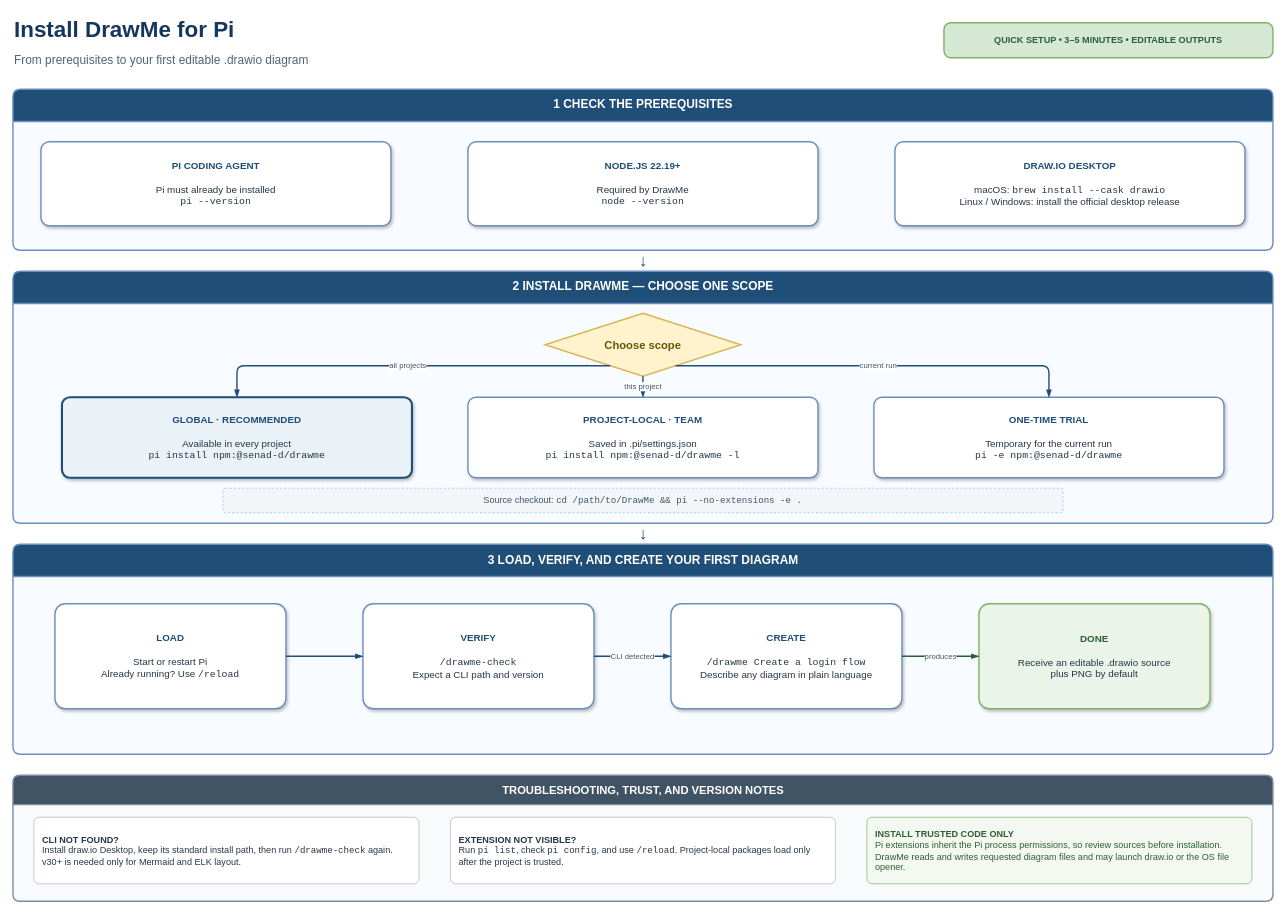
Above: example/drawme-installation-guide.drawio in senad-d/DrawMe (draw.io), before the change. Source tidied: cells renumbered, new cells numbered last; positions are measured from the earlier drawing's top-left corner, leaving out a move shared by most shapes. Both pictures are drawn from the tidied source at 70%, with x=0, y=0 at pixel (13, 12).
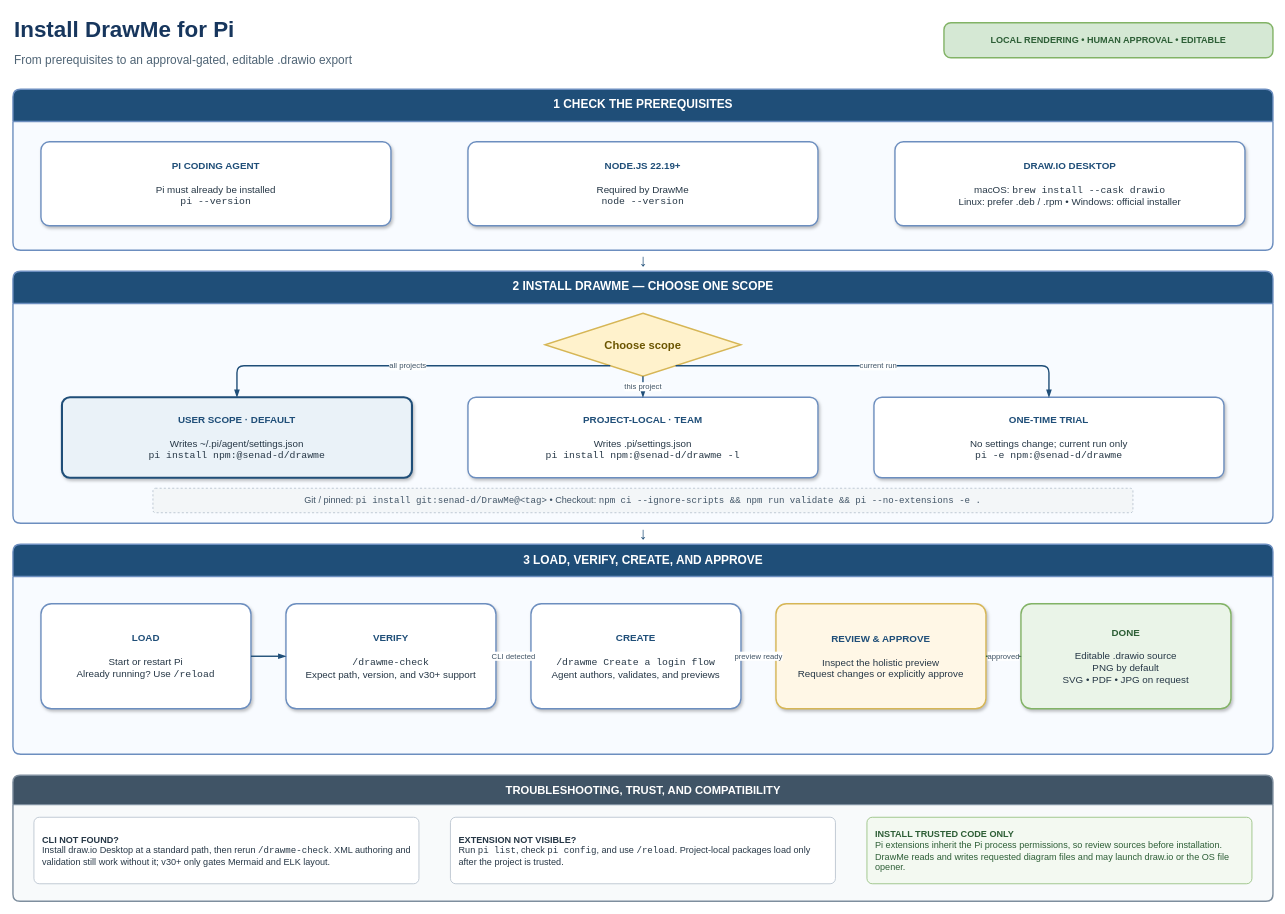
After the change.

The change refers to these unchanged cells:
```xml
<mxCell id="5" value="1  CHECK THE PREREQUISITES" style="swimlane;horizontal=1;startSize=46;rounded=1;arcSize=8;html=1;fontSize=17;fontStyle=1;fontColor=#FFFFFF;fillColor=#1F4E78;swimlaneFillColor=#F8FBFF;strokeColor=#6C8EBF;strokeWidth=2;" parent="1" vertex="1">
  <mxGeometry y="110" width="1800" height="230" as="geometry" />
</mxCell>
<mxCell id="10" value="2  INSTALL DRAWME — CHOOSE ONE SCOPE" style="swimlane;horizontal=1;startSize=46;rounded=1;arcSize=8;html=1;fontSize=17;fontStyle=1;fontColor=#FFFFFF;fillColor=#1F4E78;swimlaneFillColor=#F8FBFF;strokeColor=#6C8EBF;strokeWidth=2;" parent="1" vertex="1">
  <mxGeometry y="370" width="1800" height="360" as="geometry" />
</mxCell>
```

Change to the diagram source:
```diff
@@
-    <mxCell id="3" value="From prerequisites to your first editable .drawio diagram" style="text;html=1;align=left;verticalAlign=middle;fontSize=17;fontColor=#4F6475;" parent="1" vertex="1">
+    <mxCell id="3" value="From prerequisites to an approval-gated, editable .drawio export" style="text;html=1;align=left;verticalAlign=middle;fontSize=17;fontColor=#4F6475;" parent="1" vertex="1">
       <mxGeometry y="50" width="1100" height="40" as="geometry" />
     </mxCell>
-    <mxCell id="4" value="QUICK SETUP  •  3–5 MINUTES  •  EDITABLE OUTPUTS" style="rounded=1;arcSize=20;whiteSpace=wrap;html=1;align=center;verticalAlign=middle;fontSize=13;fontStyle=1;fontColor=#2D5E36;fillColor=#D5E8D4;strokeColor=#82B366;strokeWidth=2;" parent="1" vertex="1">
+    <mxCell id="4" value="LOCAL RENDERING  •  HUMAN APPROVAL  •  EDITABLE" style="rounded=1;arcSize=20;whiteSpace=wrap;html=1;align=center;verticalAlign=middle;fontSize=13;fontStyle=1;fontColor=#2D5E36;fillColor=#D5E8D4;strokeColor=#82B366;strokeWidth=2;" parent="1" vertex="1">
       <mxGeometry x="1330" y="15" width="470" height="50" as="geometry" />
     </mxCell>
@@
-    <mxCell id="8" value="&lt;b&gt;&lt;font color=&quot;#1F4E78&quot;&gt;DRAW.IO DESKTOP&lt;/font&gt;&lt;/b&gt;&lt;br&gt;&lt;br&gt;macOS: &lt;font face=&quot;Courier New&quot;&gt;brew install --cask drawio&lt;/font&gt;&lt;br&gt;Linux / Windows: install the official desktop release" style="rounded=1;arcSize=10;whiteSpace=wrap;html=1;align=center;verticalAlign=middle;spacing=12;fontSize=14;fontColor=#263746;fillColor=#FFFFFF;strokeColor=#6C8EBF;strokeWidth=2;shadow=1;" parent="5" vertex="1">
+    <mxCell id="8" value="&lt;b&gt;&lt;font color=&quot;#1F4E78&quot;&gt;DRAW.IO DESKTOP&lt;/font&gt;&lt;/b&gt;&lt;br&gt;&lt;br&gt;macOS: &lt;font face=&quot;Courier New&quot;&gt;brew install --cask drawio&lt;/font&gt;&lt;br&gt;Linux: prefer .deb / .rpm  •  Windows: official installer" style="rounded=1;arcSize=10;whiteSpace=wrap;html=1;align=center;verticalAlign=middle;spacing=12;fontSize=14;fontColor=#263746;fillColor=#FFFFFF;strokeColor=#6C8EBF;strokeWidth=2;shadow=1;" parent="5" vertex="1">
       <mxGeometry x="1260" y="75" width="500" height="120" as="geometry" />
     </mxCell>
@@
-    <mxCell id="12" value="&lt;b&gt;&lt;font color=&quot;#1F4E78&quot;&gt;GLOBAL · RECOMMENDED&lt;/font&gt;&lt;/b&gt;&lt;br&gt;&lt;br&gt;Available in every project&lt;br&gt;&lt;font face=&quot;Courier New&quot;&gt;pi install npm:@senad-d/drawme&lt;/font&gt;" style="rounded=1;arcSize=10;whiteSpace=wrap;html=1;align=center;verticalAlign=middle;spacing=12;fontSize=14;fontColor=#263746;fillColor=#EAF2F8;strokeColor=#1F4E78;strokeWidth=3;shadow=1;" parent="10" vertex="1">
+    <mxCell id="12" value="&lt;b&gt;&lt;font color=&quot;#1F4E78&quot;&gt;USER SCOPE · DEFAULT&lt;/font&gt;&lt;/b&gt;&lt;br&gt;&lt;br&gt;Writes ~/.pi/agent/settings.json&lt;br&gt;&lt;font face=&quot;Courier New&quot;&gt;pi install npm:@senad-d/drawme&lt;/font&gt;" style="rounded=1;arcSize=10;whiteSpace=wrap;html=1;align=center;verticalAlign=middle;spacing=12;fontSize=14;fontColor=#263746;fillColor=#EAF2F8;strokeColor=#1F4E78;strokeWidth=3;shadow=1;" parent="10" vertex="1">
       <mxGeometry x="70" y="180" width="500" height="115" as="geometry" />
     </mxCell>
-    <mxCell id="13" value="&lt;b&gt;&lt;font color=&quot;#1F4E78&quot;&gt;PROJECT-LOCAL · TEAM&lt;/font&gt;&lt;/b&gt;&lt;br&gt;&lt;br&gt;Saved in .pi/settings.json&lt;br&gt;&lt;font face=&quot;Courier New&quot;&gt;pi install npm:@senad-d/drawme -l&lt;/font&gt;" style="rounded=1;arcSize=10;whiteSpace=wrap;html=1;align=center;verticalAlign=middle;spacing=12;fontSize=14;fontColor=#263746;fillColor=#FFFFFF;strokeColor=#6C8EBF;strokeWidth=2;shadow=1;" parent="10" vertex="1">
+    <mxCell id="13" value="&lt;b&gt;&lt;font color=&quot;#1F4E78&quot;&gt;PROJECT-LOCAL · TEAM&lt;/font&gt;&lt;/b&gt;&lt;br&gt;&lt;br&gt;Writes .pi/settings.json&lt;br&gt;&lt;font face=&quot;Courier New&quot;&gt;pi install npm:@senad-d/drawme -l&lt;/font&gt;" style="rounded=1;arcSize=10;whiteSpace=wrap;html=1;align=center;verticalAlign=middle;spacing=12;fontSize=14;fontColor=#263746;fillColor=#FFFFFF;strokeColor=#6C8EBF;strokeWidth=2;shadow=1;" parent="10" vertex="1">
       <mxGeometry x="650" y="180" width="500" height="115" as="geometry" />
     </mxCell>
-    <mxCell id="14" value="&lt;b&gt;&lt;font color=&quot;#1F4E78&quot;&gt;ONE-TIME TRIAL&lt;/font&gt;&lt;/b&gt;&lt;br&gt;&lt;br&gt;Temporary for the current run&lt;br&gt;&lt;font face=&quot;Courier New&quot;&gt;pi -e npm:@senad-d/drawme&lt;/font&gt;" style="rounded=1;arcSize=10;whiteSpace=wrap;html=1;align=center;verticalAlign=middle;spacing=12;fontSize=14;fontColor=#263746;fillColor=#FFFFFF;strokeColor=#6C8EBF;strokeWidth=2;shadow=1;" parent="10" vertex="1">
+    <mxCell id="14" value="&lt;b&gt;&lt;font color=&quot;#1F4E78&quot;&gt;ONE-TIME TRIAL&lt;/font&gt;&lt;/b&gt;&lt;br&gt;&lt;br&gt;No settings change; current run only&lt;br&gt;&lt;font face=&quot;Courier New&quot;&gt;pi -e npm:@senad-d/drawme&lt;/font&gt;" style="rounded=1;arcSize=10;whiteSpace=wrap;html=1;align=center;verticalAlign=middle;spacing=12;fontSize=14;fontColor=#263746;fillColor=#FFFFFF;strokeColor=#6C8EBF;strokeWidth=2;shadow=1;" parent="10" vertex="1">
       <mxGeometry x="1230" y="180" width="500" height="115" as="geometry" />
     </mxCell>
-    <mxCell id="15" value="Source checkout:  &lt;font face=&quot;Courier New&quot;&gt;cd /path/to/DrawMe &amp;&amp; pi --no-extensions -e .&lt;/font&gt;" style="rounded=1;arcSize=10;whiteSpace=wrap;html=1;align=center;verticalAlign=middle;fontSize=13;fontColor=#405466;fillColor=#F3F6F8;strokeColor=#AAB7C4;dashed=1;" parent="10" vertex="1">
-      <mxGeometry x="300" y="310" width="1200" height="35" as="geometry" />
+    <mxCell id="15" value="Git / pinned: &lt;font face=&quot;Courier New&quot;&gt;pi install git:senad-d/DrawMe@&amp;lt;tag&amp;gt;&lt;/font&gt;  •  Checkout: &lt;font face=&quot;Courier New&quot;&gt;npm ci --ignore-scripts &amp;&amp; npm run validate &amp;&amp; pi --no-extensions -e .&lt;/font&gt;" style="rounded=1;arcSize=10;whiteSpace=wrap;html=1;align=center;verticalAlign=middle;fontSize=13;fontColor=#405466;fillColor=#F3F6F8;strokeColor=#AAB7C4;dashed=1;" parent="10" vertex="1">
+      <mxGeometry x="200" y="310" width="1400" height="35" as="geometry" />
     </mxCell>
@@
-    <mxCell id="17" value="3  LOAD, VERIFY, AND CREATE YOUR FIRST DIAGRAM" style="swimlane;horizontal=1;startSize=46;rounded=1;arcSize=8;html=1;fontSize=17;fontStyle=1;fontColor=#FFFFFF;fillColor=#1F4E78;swimlaneFillColor=#F8FBFF;strokeColor=#6C8EBF;strokeWidth=2;" parent="1" vertex="1">
+    <mxCell id="17" value="3  LOAD, VERIFY, CREATE, AND APPROVE" style="swimlane;horizontal=1;startSize=46;rounded=1;arcSize=8;html=1;fontSize=17;fontStyle=1;fontColor=#FFFFFF;fillColor=#1F4E78;swimlaneFillColor=#F8FBFF;strokeColor=#6C8EBF;strokeWidth=2;" parent="1" vertex="1">
       <mxGeometry y="760" width="1800" height="300" as="geometry" />
     </mxCell>
-    <mxCell id="18" value="&lt;b&gt;&lt;font color=&quot;#1F4E78&quot;&gt;LOAD&lt;/font&gt;&lt;/b&gt;&lt;br&gt;&lt;br&gt;Start or restart Pi&lt;br&gt;Already running? Use &lt;font face=&quot;Courier New&quot;&gt;/reload&lt;/font&gt;" style="rounded=1;arcSize=10;whiteSpace=wrap;html=1;align=center;verticalAlign=middle;spacing=12;fontSize=14;fontColor=#263746;fillColor=#FFFFFF;strokeColor=#6C8EBF;strokeWidth=2;shadow=1;" parent="17" vertex="1">
-      <mxGeometry x="60" y="85" width="330" height="150" as="geometry" />
+    <mxCell id="18" value="&lt;b&gt;&lt;font color=&quot;#1F4E78&quot;&gt;LOAD&lt;/font&gt;&lt;/b&gt;&lt;br&gt;&lt;br&gt;Start or restart Pi&lt;br&gt;Already running? Use &lt;font face=&quot;Courier New&quot;&gt;/reload&lt;/font&gt;" style="rounded=1;arcSize=10;whiteSpace=wrap;html=1;align=center;verticalAlign=middle;spacing=10;fontSize=14;fontColor=#263746;fillColor=#FFFFFF;strokeColor=#6C8EBF;strokeWidth=2;shadow=1;" parent="17" vertex="1">
+      <mxGeometry x="40" y="85" width="300" height="150" as="geometry" />
     </mxCell>
-    <mxCell id="19" value="&lt;b&gt;&lt;font color=&quot;#1F4E78&quot;&gt;VERIFY&lt;/font&gt;&lt;/b&gt;&lt;br&gt;&lt;br&gt;&lt;font face=&quot;Courier New&quot;&gt;/drawme-check&lt;/font&gt;&lt;br&gt;Expect a CLI path and version" style="rounded=1;arcSize=10;whiteSpace=wrap;html=1;align=center;verticalAlign=middle;spacing=12;fontSize=14;fontColor=#263746;fillColor=#FFFFFF;strokeColor=#6C8EBF;strokeWidth=2;shadow=1;" parent="17" vertex="1">
-      <mxGeometry x="500" y="85" width="330" height="150" as="geometry" />
+    <mxCell id="19" value="&lt;b&gt;&lt;font color=&quot;#1F4E78&quot;&gt;VERIFY&lt;/font&gt;&lt;/b&gt;&lt;br&gt;&lt;br&gt;&lt;font face=&quot;Courier New&quot;&gt;/drawme-check&lt;/font&gt;&lt;br&gt;Expect path, version, and v30+ support" style="rounded=1;arcSize=10;whiteSpace=wrap;html=1;align=center;verticalAlign=middle;spacing=10;fontSize=14;fontColor=#263746;fillColor=#FFFFFF;strokeColor=#6C8EBF;strokeWidth=2;shadow=1;" parent="17" vertex="1">
+      <mxGeometry x="390" y="85" width="300" height="150" as="geometry" />
     </mxCell>
-    <mxCell id="20" value="&lt;b&gt;&lt;font color=&quot;#1F4E78&quot;&gt;CREATE&lt;/font&gt;&lt;/b&gt;&lt;br&gt;&lt;br&gt;&lt;font face=&quot;Courier New&quot;&gt;/drawme Create a login flow&lt;/font&gt;&lt;br&gt;Describe any diagram in plain language" style="rounded=1;arcSize=10;whiteSpace=wrap;html=1;align=center;verticalAlign=middle;spacing=12;fontSize=14;fontColor=#263746;fillColor=#FFFFFF;strokeColor=#6C8EBF;strokeWidth=2;shadow=1;" parent="17" vertex="1">
-      <mxGeometry x="940" y="85" width="330" height="150" as="geometry" />
+    <mxCell id="20" value="&lt;b&gt;&lt;font color=&quot;#1F4E78&quot;&gt;CREATE&lt;/font&gt;&lt;/b&gt;&lt;br&gt;&lt;br&gt;&lt;font face=&quot;Courier New&quot;&gt;/drawme Create a login flow&lt;/font&gt;&lt;br&gt;Agent authors, validates, and previews" style="rounded=1;arcSize=10;whiteSpace=wrap;html=1;align=center;verticalAlign=middle;spacing=10;fontSize=14;fontColor=#263746;fillColor=#FFFFFF;strokeColor=#6C8EBF;strokeWidth=2;shadow=1;" parent="17" vertex="1">
+      <mxGeometry x="740" y="85" width="300" height="150" as="geometry" />
     </mxCell>
-    <mxCell id="21" value="&lt;b&gt;&lt;font color=&quot;#2D5E36&quot;&gt;DONE&lt;/font&gt;&lt;/b&gt;&lt;br&gt;&lt;br&gt;Receive an editable .drawio source&lt;br&gt;plus PNG by default" style="rounded=1;arcSize=10;whiteSpace=wrap;html=1;align=center;verticalAlign=middle;spacing=12;fontSize=14;fontColor=#263746;fillColor=#EAF4E8;strokeColor=#82B366;strokeWidth=2;shadow=1;" parent="17" vertex="1">
-      <mxGeometry x="1380" y="85" width="330" height="150" as="geometry" />
+    <mxCell id="21" value="&lt;b&gt;&lt;font color=&quot;#1F4E78&quot;&gt;REVIEW &amp;amp; APPROVE&lt;/font&gt;&lt;/b&gt;&lt;br&gt;&lt;br&gt;Inspect the holistic preview&lt;br&gt;Request changes or explicitly approve" style="rounded=1;arcSize=10;whiteSpace=wrap;html=1;align=center;verticalAlign=middle;spacing=10;fontSize=14;fontColor=#263746;fillColor=#FFF7E6;strokeColor=#D6B656;strokeWidth=2;shadow=1;" parent="17" vertex="1">
+      <mxGeometry x="1090" y="85" width="300" height="150" as="geometry" />
     </mxCell>
+    <mxCell id="32" value="&lt;b&gt;&lt;font color=&quot;#2D5E36&quot;&gt;DONE&lt;/font&gt;&lt;/b&gt;&lt;br&gt;&lt;br&gt;Editable .drawio source&lt;br&gt;PNG by default&lt;br&gt;SVG • PDF • JPG on request" style="rounded=1;arcSize=10;whiteSpace=wrap;html=1;align=center;verticalAlign=middle;spacing=10;fontSize=14;fontColor=#263746;fillColor=#EAF4E8;strokeColor=#82B366;strokeWidth=2;shadow=1;" parent="17" vertex="1">
+      <mxGeometry x="1440" y="85" width="300" height="150" as="geometry" />
+    </mxCell>
-    <mxCell id="22" value="TROUBLESHOOTING, TRUST, AND VERSION NOTES" style="swimlane;horizontal=1;startSize=42;rounded=1;arcSize=8;html=1;fontSize=16;fontStyle=1;fontColor=#FFFFFF;fillColor=#405466;swimlaneFillColor=#F8FAFB;strokeColor=#7E8E9E;strokeWidth=2;" parent="1" vertex="1">
+    <mxCell id="22" value="TROUBLESHOOTING, TRUST, AND COMPATIBILITY" style="swimlane;horizontal=1;startSize=42;rounded=1;arcSize=8;html=1;fontSize=16;fontStyle=1;fontColor=#FFFFFF;fillColor=#405466;swimlaneFillColor=#F8FAFB;strokeColor=#7E8E9E;strokeWidth=2;" parent="1" vertex="1">
       <mxGeometry y="1090" width="1800" height="180" as="geometry" />
     </mxCell>
-    <mxCell id="23" value="&lt;b&gt;CLI NOT FOUND?&lt;/b&gt;&lt;br&gt;Install draw.io Desktop, keep its standard install path, then run &lt;font face=&quot;Courier New&quot;&gt;/drawme-check&lt;/font&gt; again. v30+ is needed only for Mermaid and ELK layout." style="rounded=1;arcSize=8;whiteSpace=wrap;html=1;align=left;verticalAlign=middle;spacing=12;fontSize=13;fontColor=#263746;fillColor=#FFFFFF;strokeColor=#AAB7C4;" parent="22" vertex="1">
+    <mxCell id="23" value="&lt;b&gt;CLI NOT FOUND?&lt;/b&gt;&lt;br&gt;Install draw.io Desktop at a standard path, then rerun &lt;font face=&quot;Courier New&quot;&gt;/drawme-check&lt;/font&gt;. XML authoring and validation still work without it; v30+ only gates Mermaid and ELK layout." style="rounded=1;arcSize=8;whiteSpace=wrap;html=1;align=left;verticalAlign=middle;spacing=12;fontSize=13;fontColor=#263746;fillColor=#FFFFFF;strokeColor=#AAB7C4;" parent="22" vertex="1">
       <mxGeometry x="30" y="60" width="550" height="95" as="geometry" />
     </mxCell>
@@
-    <mxCell id="31" value="produces" style="edgeStyle=orthogonalEdgeStyle;rounded=1;jettySize=auto;html=1;endArrow=blockThin;endFill=1;strokeColor=#2D5E36;strokeWidth=2;fontSize=11;fontColor=#405466;labelBackgroundColor=#FFFFFF;exitX=1;exitY=0.5;entryX=0;entryY=0.5;" parent="1" edge="1" source="20" target="21">
+    <mxCell id="31" value="preview ready" style="edgeStyle=orthogonalEdgeStyle;rounded=1;jettySize=auto;html=1;endArrow=blockThin;endFill=1;strokeColor=#1F4E78;strokeWidth=2;fontSize=11;fontColor=#405466;labelBackgroundColor=#FFFFFF;exitX=1;exitY=0.5;entryX=0;entryY=0.5;" parent="1" edge="1" source="20" target="21">
       <mxGeometry relative="1" as="geometry" />
     </mxCell>
+    <mxCell id="33" value="approved" style="edgeStyle=orthogonalEdgeStyle;rounded=1;jettySize=auto;html=1;endArrow=blockThin;endFill=1;strokeColor=#2D5E36;strokeWidth=2;fontSize=11;fontColor=#405466;labelBackgroundColor=#FFFFFF;exitX=1;exitY=0.5;entryX=0;entryY=0.5;" parent="1" edge="1" source="21" target="32">
+      <mxGeometry relative="1" as="geometry" />
+    </mxCell>
```
